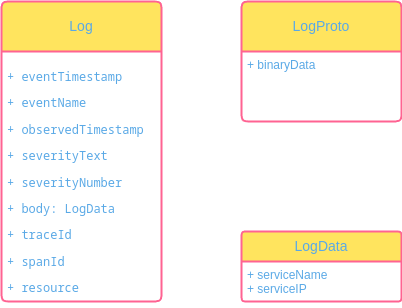
The draw.io diagram general/mvps/mvp_v1/diagrs/data_modeling.png in John321Blacksmith/knowledge_base, before a commit. Source tidied: cells renumbered, new cells last; positions are measured from the earlier drawing's top-left corner, leaving out a move shared by most shapes.
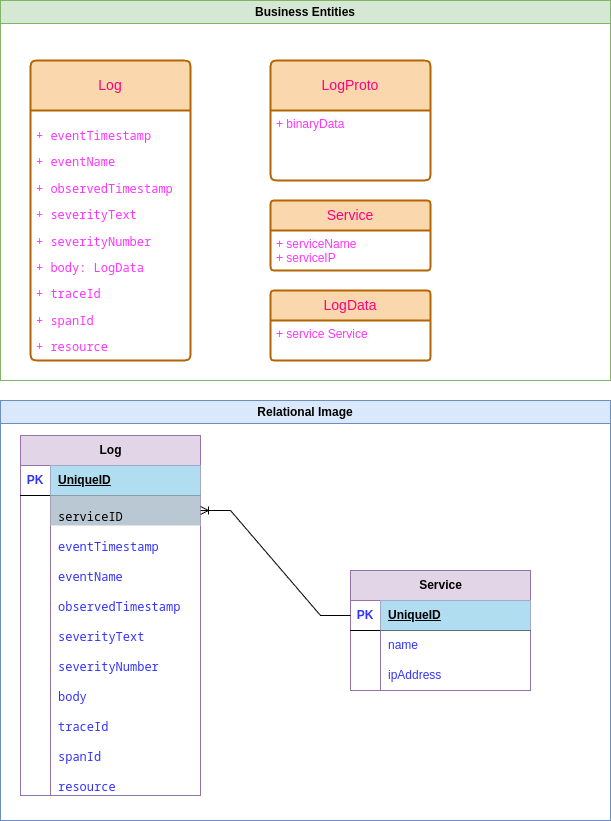
After the change.

Commit message:
feat: data modeling view

The edit, as a diff of the source:
```diff
@@ -2,23 +2,170 @@
   <root>
     <mxCell id="0" />
     <mxCell id="1" parent="0" />
-    <mxCell id="2" value="Log" style="swimlane;horizontal=1;startSize=50;rounded=1;fontSize=14;fontStyle=0;strokeWidth=2;shadow=0;dashed=0;align=center;arcSize=4;whiteSpace=wrap;html=1;labelBackgroundColor=none;fillColor=#FFE45E;strokeColor=#FF6392;fontColor=#5AA9E6;" parent="1" vertex="1">
+    <mxCell id="2" value="Log" style="swimlane;horizontal=1;startSize=50;rounded=1;fontSize=14;fontStyle=0;strokeWidth=2;shadow=0;dashed=0;align=center;arcSize=4;whiteSpace=wrap;html=1;labelBackgroundColor=none;fillColor=#fad7ac;strokeColor=#b46504;fontColor=#FF0080;" parent="1" vertex="1">
       <mxGeometry width="160" height="300" as="geometry" />
     </mxCell>
-    <mxCell id="3" value="&lt;pre&gt;&lt;span class=&quot;pl-ent&quot;&gt;+ eventTimestamp&lt;/span&gt;&lt;/pre&gt;&lt;pre&gt;&lt;span class=&quot;pl-ent&quot;&gt;+ eventName&lt;/span&gt;&lt;/pre&gt;&lt;pre&gt;&lt;span class=&quot;pl-ent&quot;&gt;+ observedTimestamp&lt;/span&gt;&lt;/pre&gt;&lt;pre&gt;&lt;span class=&quot;pl-ent&quot;&gt;+ severityText&lt;/span&gt;&lt;/pre&gt;&lt;pre&gt;&lt;span class=&quot;pl-ent&quot;&gt;+ severityNumber&lt;/span&gt;&lt;/pre&gt;&lt;pre&gt;&lt;span class=&quot;pl-ent&quot;&gt;+ body: LogData&lt;/span&gt;&lt;/pre&gt;&lt;pre&gt;&lt;span class=&quot;pl-ent&quot;&gt;+ traceId&lt;/span&gt;&lt;/pre&gt;&lt;pre&gt;&lt;span class=&quot;pl-ent&quot;&gt;+ spanId&lt;/span&gt;&lt;/pre&gt;&lt;pre&gt;&lt;span class=&quot;pl-ent&quot;&gt;+ resource&lt;/span&gt;&lt;/pre&gt;" style="align=left;strokeColor=none;fillColor=none;spacingLeft=4;spacingRight=4;fontSize=12;verticalAlign=top;html=1;whiteSpace=wrap;labelBackgroundColor=none;fontColor=#5AA9E6;" parent="2" vertex="1">
+    <mxCell id="3" value="&lt;pre&gt;&lt;span class=&quot;pl-ent&quot;&gt;&lt;font style=&quot;color: rgb(255, 51, 255);&quot;&gt;+ eventTimestamp&lt;/font&gt;&lt;/span&gt;&lt;/pre&gt;&lt;pre&gt;&lt;span class=&quot;pl-ent&quot;&gt;&lt;font style=&quot;color: rgb(255, 51, 255);&quot;&gt;+ eventName&lt;/font&gt;&lt;/span&gt;&lt;/pre&gt;&lt;pre&gt;&lt;span class=&quot;pl-ent&quot;&gt;&lt;font style=&quot;color: rgb(255, 51, 255);&quot;&gt;+ observedTimestamp&lt;/font&gt;&lt;/span&gt;&lt;/pre&gt;&lt;pre&gt;&lt;span class=&quot;pl-ent&quot;&gt;&lt;font style=&quot;color: rgb(255, 51, 255);&quot;&gt;+ severityText&lt;/font&gt;&lt;/span&gt;&lt;/pre&gt;&lt;pre&gt;&lt;span class=&quot;pl-ent&quot;&gt;&lt;font style=&quot;color: rgb(255, 51, 255);&quot;&gt;+ severityNumber&lt;/font&gt;&lt;/span&gt;&lt;/pre&gt;&lt;pre&gt;&lt;span class=&quot;pl-ent&quot;&gt;&lt;font style=&quot;color: rgb(255, 51, 255);&quot;&gt;+ body: LogData&lt;/font&gt;&lt;/span&gt;&lt;/pre&gt;&lt;pre&gt;&lt;span class=&quot;pl-ent&quot;&gt;&lt;font style=&quot;color: rgb(255, 51, 255);&quot;&gt;+ traceId&lt;/font&gt;&lt;/span&gt;&lt;/pre&gt;&lt;pre&gt;&lt;span class=&quot;pl-ent&quot;&gt;&lt;font style=&quot;color: rgb(255, 51, 255);&quot;&gt;+ spanId&lt;/font&gt;&lt;/span&gt;&lt;/pre&gt;&lt;pre&gt;&lt;span class=&quot;pl-ent&quot;&gt;&lt;font style=&quot;color: rgb(255, 51, 255);&quot;&gt;+ resource&lt;/font&gt;&lt;/span&gt;&lt;/pre&gt;" style="align=left;strokeColor=none;fillColor=none;spacingLeft=4;spacingRight=4;fontSize=12;verticalAlign=top;html=1;whiteSpace=wrap;labelBackgroundColor=none;" parent="2" vertex="1">
       <mxGeometry y="50" width="160" height="250" as="geometry" />
     </mxCell>
-    <mxCell id="4" value="LogProto" style="swimlane;horizontal=1;startSize=50;rounded=1;fontSize=14;fontStyle=0;strokeWidth=2;shadow=0;dashed=0;align=center;arcSize=4;whiteSpace=wrap;html=1;labelBackgroundColor=none;fillColor=#FFE45E;strokeColor=#FF6392;fontColor=#5AA9E6;" parent="1" vertex="1">
+    <mxCell id="4" value="LogProto" style="swimlane;horizontal=1;startSize=50;rounded=1;fontSize=14;fontStyle=0;strokeWidth=2;shadow=0;dashed=0;align=center;arcSize=4;whiteSpace=wrap;html=1;labelBackgroundColor=none;fillColor=#fad7ac;strokeColor=#b46504;fontColor=#FF0080;" parent="1" vertex="1">
       <mxGeometry x="240" width="160" height="120" as="geometry" />
     </mxCell>
-    <mxCell id="5" value="+ binaryData" style="align=left;strokeColor=none;fillColor=none;spacingLeft=4;spacingRight=4;fontSize=12;verticalAlign=top;html=1;whiteSpace=wrap;labelBackgroundColor=none;fontColor=#5AA9E6;" parent="4" vertex="1">
+    <mxCell id="5" value="&lt;font style=&quot;color: rgb(255, 51, 255);&quot;&gt;+ binaryData&lt;/font&gt;" style="align=left;strokeColor=none;fillColor=none;spacingLeft=4;spacingRight=4;fontSize=12;verticalAlign=top;html=1;whiteSpace=wrap;labelBackgroundColor=none;" parent="4" vertex="1">
       <mxGeometry y="50" width="160" height="70" as="geometry" />
     </mxCell>
-    <mxCell id="6" value="LogData" style="swimlane;horizontal=1;startSize=30;rounded=1;fontSize=14;fontStyle=0;strokeWidth=2;shadow=0;dashed=0;align=center;arcSize=4;whiteSpace=wrap;html=1;labelBackgroundColor=none;fillColor=#FFE45E;strokeColor=#FF6392;fontColor=#5AA9E6;" parent="1" vertex="1">
+    <mxCell id="6" value="LogData" style="swimlane;horizontal=1;startSize=30;rounded=1;fontSize=14;fontStyle=0;strokeWidth=2;shadow=0;dashed=0;align=center;arcSize=4;whiteSpace=wrap;html=1;labelBackgroundColor=none;fillColor=#fad7ac;strokeColor=#b46504;fontColor=#FF0080;" parent="1" vertex="1">
       <mxGeometry x="240" y="230" width="160" height="70" as="geometry" />
     </mxCell>
-    <mxCell id="7" value="+ serviceName&lt;div&gt;+ serviceIP&lt;/div&gt;" style="align=left;strokeColor=none;fillColor=none;spacingLeft=4;spacingRight=4;fontSize=12;verticalAlign=top;html=1;whiteSpace=wrap;labelBackgroundColor=none;fontColor=#5AA9E6;" parent="6" vertex="1">
+    <mxCell id="7" value="&lt;font style=&quot;color: rgb(255, 51, 255);&quot;&gt;+ service Service&lt;/font&gt;" style="align=left;strokeColor=none;fillColor=none;spacingLeft=4;spacingRight=4;fontSize=12;verticalAlign=top;html=1;whiteSpace=wrap;labelBackgroundColor=none;" parent="6" vertex="1">
       <mxGeometry y="30" width="160" height="40" as="geometry" />
     </mxCell>
+    <mxCell id="8" value="Business Entities" style="swimlane;whiteSpace=wrap;html=1;fillColor=#d5e8d4;strokeColor=#82b366;" parent="1" vertex="1">
+      <mxGeometry x="-30" y="-60" width="610" height="380" as="geometry" />
+    </mxCell>
+    <mxCell id="9" value="Service" style="swimlane;horizontal=1;startSize=30;rounded=1;fontSize=14;fontStyle=0;strokeWidth=2;shadow=0;dashed=0;align=center;arcSize=4;whiteSpace=wrap;html=1;labelBackgroundColor=none;fillColor=#fad7ac;strokeColor=#b46504;fontColor=#FF0080;" parent="8" vertex="1">
+      <mxGeometry x="270" y="200" width="160" height="70" as="geometry" />
+    </mxCell>
+    <mxCell id="10" value="&lt;font style=&quot;color: rgb(255, 51, 255);&quot;&gt;+ serviceName&lt;/font&gt;&lt;div&gt;&lt;font style=&quot;color: rgb(255, 51, 255);&quot;&gt;+ serviceIP&lt;/font&gt;&lt;/div&gt;" style="align=left;strokeColor=none;fillColor=none;spacingLeft=4;spacingRight=4;fontSize=12;verticalAlign=top;html=1;whiteSpace=wrap;labelBackgroundColor=none;" parent="9" vertex="1">
+      <mxGeometry y="30" width="160" height="40" as="geometry" />
+    </mxCell>
+    <mxCell id="11" value="Relational Image" style="swimlane;whiteSpace=wrap;html=1;fillColor=#dae8fc;strokeColor=#6c8ebf;" parent="1" vertex="1">
+      <mxGeometry x="-30" y="340" width="610" height="420" as="geometry" />
+    </mxCell>
+    <mxCell id="12" value="Log" style="shape=table;startSize=30;rowLines=0;fontStyle=1;align=center;html=1;labelBackgroundColor=none;fillColor=#e1d5e7;strokeColor=#9673a6;" parent="11" vertex="1">
+      <mxGeometry x="20" y="35" width="180" height="360" as="geometry" />
+    </mxCell>
+    <mxCell id="13" style="shape=tableRow;horizontal=0;startSize=0;swimlaneHead=0;swimlaneBody=0;fillColor=none;top=0;left=0;right=0;bottom=1;labelBackgroundColor=none;fontColor=#3333FF;" parent="12" vertex="1">
+      <mxGeometry y="30" width="180" height="30" as="geometry" />
+    </mxCell>
+    <mxCell id="14" value="PK" style="shape=partialRectangle;fillColor=none;top=0;left=0;bottom=0;right=0;fontStyle=1;overflow=hidden;whiteSpace=wrap;html=1;labelBackgroundColor=none;fontColor=#3333FF;" parent="13" vertex="1">
+      <mxGeometry width="30" height="30" as="geometry" />
+    </mxCell>
+    <mxCell id="15" value="UniqueID" style="shape=partialRectangle;fillColor=#b1ddf0;top=0;left=0;bottom=0;right=0;align=left;spacingLeft=6;fontStyle=5;overflow=hidden;whiteSpace=wrap;html=1;labelBackgroundColor=none;strokeColor=#10739e;" parent="13" vertex="1">
+      <mxGeometry x="30" width="150" height="30" as="geometry" />
+    </mxCell>
+    <mxCell id="16" style="shape=tableRow;horizontal=0;startSize=0;swimlaneHead=0;swimlaneBody=0;fillColor=none;points=[[0,0.5],[1,0.5]];portConstraint=eastwest;top=0;left=0;right=0;bottom=0;labelBackgroundColor=none;fontColor=#3333FF;" parent="12" vertex="1">
+      <mxGeometry y="60" width="180" height="30" as="geometry" />
+    </mxCell>
+    <mxCell id="17" style="shape=partialRectangle;fillColor=none;top=0;left=0;bottom=0;right=0;overflow=hidden;whiteSpace=wrap;html=1;labelBackgroundColor=none;fontColor=#3333FF;" parent="16" vertex="1">
+      <mxGeometry width="30" height="30" as="geometry" />
+    </mxCell>
+    <mxCell id="18" value="&lt;pre&gt;&lt;span class=&quot;pl-ent&quot;&gt;serviceID&lt;/span&gt;&lt;/pre&gt;" style="shape=partialRectangle;fillColor=#bac8d3;top=0;left=0;bottom=0;right=0;align=left;spacingLeft=6;overflow=hidden;whiteSpace=wrap;html=1;labelBackgroundColor=none;strokeColor=#23445d;" parent="16" vertex="1">
+      <mxGeometry x="30" width="150" height="30" as="geometry" />
+    </mxCell>
+    <mxCell id="19" style="shape=tableRow;horizontal=0;startSize=0;swimlaneHead=0;swimlaneBody=0;fillColor=none;top=0;left=0;right=0;bottom=0;labelBackgroundColor=none;fontColor=#3333FF;" parent="12" vertex="1">
+      <mxGeometry y="90" width="180" height="30" as="geometry" />
+    </mxCell>
+    <mxCell id="20" style="shape=partialRectangle;fillColor=none;top=0;left=0;bottom=0;right=0;overflow=hidden;whiteSpace=wrap;html=1;labelBackgroundColor=none;fontColor=#3333FF;" parent="19" vertex="1">
+      <mxGeometry width="30" height="30" as="geometry" />
+    </mxCell>
+    <mxCell id="21" value="&lt;pre&gt;&lt;span class=&quot;pl-ent&quot;&gt;eventTimestamp&lt;/span&gt;&lt;/pre&gt;" style="shape=partialRectangle;fillColor=none;top=0;left=0;bottom=0;right=0;align=left;spacingLeft=6;overflow=hidden;whiteSpace=wrap;html=1;labelBackgroundColor=none;fontColor=#3333FF;" parent="19" vertex="1">
+      <mxGeometry x="30" width="150" height="30" as="geometry" />
+    </mxCell>
+    <mxCell id="22" style="shape=tableRow;horizontal=0;startSize=0;swimlaneHead=0;swimlaneBody=0;fillColor=none;top=0;left=0;right=0;bottom=0;labelBackgroundColor=none;fontColor=#3333FF;" parent="12" vertex="1">
+      <mxGeometry y="120" width="180" height="30" as="geometry" />
+    </mxCell>
+    <mxCell id="23" style="shape=partialRectangle;fillColor=none;top=0;left=0;bottom=0;right=0;overflow=hidden;whiteSpace=wrap;html=1;labelBackgroundColor=none;fontColor=#3333FF;" parent="22" vertex="1">
+      <mxGeometry width="30" height="30" as="geometry" />
+    </mxCell>
+    <mxCell id="24" value="&lt;pre&gt;&lt;span class=&quot;pl-ent&quot;&gt;eventName&lt;/span&gt;&lt;/pre&gt;" style="shape=partialRectangle;fillColor=none;top=0;left=0;bottom=0;right=0;align=left;spacingLeft=6;overflow=hidden;whiteSpace=wrap;html=1;labelBackgroundColor=none;fontColor=#3333FF;" parent="22" vertex="1">
+      <mxGeometry x="30" width="150" height="30" as="geometry" />
+    </mxCell>
+    <mxCell id="25" style="shape=tableRow;horizontal=0;startSize=0;swimlaneHead=0;swimlaneBody=0;fillColor=none;top=0;left=0;right=0;bottom=0;labelBackgroundColor=none;fontColor=#3333FF;" parent="12" vertex="1">
+      <mxGeometry y="150" width="180" height="30" as="geometry" />
+    </mxCell>
+    <mxCell id="26" style="shape=partialRectangle;fillColor=none;top=0;left=0;bottom=0;right=0;overflow=hidden;whiteSpace=wrap;html=1;labelBackgroundColor=none;fontColor=#3333FF;" parent="25" vertex="1">
+      <mxGeometry width="30" height="30" as="geometry" />
+    </mxCell>
+    <mxCell id="27" value="&lt;pre&gt;&lt;span class=&quot;pl-ent&quot;&gt;observedTimestamp&lt;/span&gt;&lt;/pre&gt;" style="shape=partialRectangle;fillColor=none;top=0;left=0;bottom=0;right=0;align=left;spacingLeft=6;overflow=hidden;whiteSpace=wrap;html=1;labelBackgroundColor=none;fontColor=#3333FF;" parent="25" vertex="1">
+      <mxGeometry x="30" width="150" height="30" as="geometry" />
+    </mxCell>
+    <mxCell id="28" style="shape=tableRow;horizontal=0;startSize=0;swimlaneHead=0;swimlaneBody=0;fillColor=none;top=0;left=0;right=0;bottom=0;labelBackgroundColor=none;fontColor=#3333FF;" parent="12" vertex="1">
+      <mxGeometry y="180" width="180" height="30" as="geometry" />
+    </mxCell>
+    <mxCell id="29" style="shape=partialRectangle;fillColor=none;top=0;left=0;bottom=0;right=0;overflow=hidden;whiteSpace=wrap;html=1;labelBackgroundColor=none;fontColor=#3333FF;" parent="28" vertex="1">
+      <mxGeometry width="30" height="30" as="geometry" />
+    </mxCell>
+    <mxCell id="30" value="&lt;pre&gt;&lt;span class=&quot;pl-ent&quot;&gt;severityText&lt;/span&gt;&lt;/pre&gt;" style="shape=partialRectangle;fillColor=none;top=0;left=0;bottom=0;right=0;align=left;spacingLeft=6;overflow=hidden;whiteSpace=wrap;html=1;labelBackgroundColor=none;fontColor=#3333FF;" parent="28" vertex="1">
+      <mxGeometry x="30" width="150" height="30" as="geometry" />
+    </mxCell>
+    <mxCell id="31" style="shape=tableRow;horizontal=0;startSize=0;swimlaneHead=0;swimlaneBody=0;fillColor=none;top=0;left=0;right=0;bottom=0;labelBackgroundColor=none;fontColor=#3333FF;" parent="12" vertex="1">
+      <mxGeometry y="210" width="180" height="30" as="geometry" />
+    </mxCell>
+    <mxCell id="32" style="shape=partialRectangle;fillColor=none;top=0;left=0;bottom=0;right=0;overflow=hidden;whiteSpace=wrap;html=1;labelBackgroundColor=none;fontColor=#3333FF;" parent="31" vertex="1">
+      <mxGeometry width="30" height="30" as="geometry" />
+    </mxCell>
+    <mxCell id="33" value="&lt;pre&gt;&lt;span class=&quot;pl-ent&quot;&gt;severityNumber&lt;/span&gt;&lt;/pre&gt;" style="shape=partialRectangle;fillColor=none;top=0;left=0;bottom=0;right=0;align=left;spacingLeft=6;overflow=hidden;whiteSpace=wrap;html=1;labelBackgroundColor=none;fontColor=#3333FF;" parent="31" vertex="1">
+      <mxGeometry x="30" width="150" height="30" as="geometry" />
+    </mxCell>
+    <mxCell id="34" style="shape=tableRow;horizontal=0;startSize=0;swimlaneHead=0;swimlaneBody=0;fillColor=none;top=0;left=0;right=0;bottom=0;labelBackgroundColor=none;fontColor=#3333FF;" parent="12" vertex="1">
+      <mxGeometry y="240" width="180" height="30" as="geometry" />
+    </mxCell>
+    <mxCell id="35" style="shape=partialRectangle;fillColor=none;top=0;left=0;bottom=0;right=0;overflow=hidden;whiteSpace=wrap;html=1;labelBackgroundColor=none;fontColor=#3333FF;" parent="34" vertex="1">
+      <mxGeometry width="30" height="30" as="geometry" />
+    </mxCell>
+    <mxCell id="36" value="&lt;pre&gt;&lt;span class=&quot;pl-ent&quot;&gt;body&lt;/span&gt;&lt;/pre&gt;" style="shape=partialRectangle;fillColor=none;top=0;left=0;bottom=0;right=0;align=left;spacingLeft=6;overflow=hidden;whiteSpace=wrap;html=1;labelBackgroundColor=none;fontColor=#3333FF;" parent="34" vertex="1">
+      <mxGeometry x="30" width="150" height="30" as="geometry" />
+    </mxCell>
+    <mxCell id="37" style="shape=tableRow;horizontal=0;startSize=0;swimlaneHead=0;swimlaneBody=0;fillColor=none;top=0;left=0;right=0;bottom=0;labelBackgroundColor=none;fontColor=#3333FF;" parent="12" vertex="1">
+      <mxGeometry y="270" width="180" height="30" as="geometry" />
+    </mxCell>
+    <mxCell id="38" style="shape=partialRectangle;fillColor=none;top=0;left=0;bottom=0;right=0;overflow=hidden;whiteSpace=wrap;html=1;labelBackgroundColor=none;fontColor=#3333FF;" parent="37" vertex="1">
+      <mxGeometry width="30" height="30" as="geometry" />
+    </mxCell>
+    <mxCell id="39" value="&lt;pre&gt;&lt;span class=&quot;pl-ent&quot;&gt;traceId&lt;/span&gt;&lt;/pre&gt;" style="shape=partialRectangle;fillColor=none;top=0;left=0;bottom=0;right=0;align=left;spacingLeft=6;overflow=hidden;whiteSpace=wrap;html=1;labelBackgroundColor=none;fontColor=#3333FF;" parent="37" vertex="1">
+      <mxGeometry x="30" width="150" height="30" as="geometry" />
+    </mxCell>
+    <mxCell id="40" style="shape=tableRow;horizontal=0;startSize=0;swimlaneHead=0;swimlaneBody=0;fillColor=none;top=0;left=0;right=0;bottom=0;labelBackgroundColor=none;fontColor=#3333FF;" parent="12" vertex="1">
+      <mxGeometry y="300" width="180" height="30" as="geometry" />
+    </mxCell>
+    <mxCell id="41" style="shape=partialRectangle;fillColor=none;top=0;left=0;bottom=0;right=0;overflow=hidden;whiteSpace=wrap;html=1;labelBackgroundColor=none;fontColor=#3333FF;" parent="40" vertex="1">
+      <mxGeometry width="30" height="30" as="geometry" />
+    </mxCell>
+    <mxCell id="42" value="&lt;pre&gt;&lt;span class=&quot;pl-ent&quot;&gt;spanId&lt;/span&gt;&lt;/pre&gt;" style="shape=partialRectangle;fillColor=none;top=0;left=0;bottom=0;right=0;align=left;spacingLeft=6;overflow=hidden;whiteSpace=wrap;html=1;labelBackgroundColor=none;fontColor=#3333FF;" parent="40" vertex="1">
+      <mxGeometry x="30" width="150" height="30" as="geometry" />
+    </mxCell>
+    <mxCell id="43" style="shape=tableRow;horizontal=0;startSize=0;swimlaneHead=0;swimlaneBody=0;fillColor=none;top=0;left=0;right=0;bottom=0;labelBackgroundColor=none;fontColor=#3333FF;" parent="12" vertex="1">
+      <mxGeometry y="330" width="180" height="30" as="geometry" />
+    </mxCell>
+    <mxCell id="44" style="shape=partialRectangle;fillColor=none;top=0;left=0;bottom=0;right=0;overflow=hidden;whiteSpace=wrap;html=1;labelBackgroundColor=none;fontColor=#3333FF;" parent="43" vertex="1">
+      <mxGeometry width="30" height="30" as="geometry" />
+    </mxCell>
+    <mxCell id="45" value="&lt;pre&gt;&lt;span class=&quot;pl-ent&quot;&gt;resource&lt;/span&gt;&lt;/pre&gt;" style="shape=partialRectangle;fillColor=none;top=0;left=0;bottom=0;right=0;align=left;spacingLeft=6;overflow=hidden;whiteSpace=wrap;html=1;labelBackgroundColor=none;fontColor=#3333FF;" parent="43" vertex="1">
+      <mxGeometry x="30" width="150" height="30" as="geometry" />
+    </mxCell>
+    <mxCell id="46" value="&lt;font style=&quot;color: rgb(0, 0, 0);&quot;&gt;Service&lt;/font&gt;" style="shape=table;startSize=30;rowLines=0;fontStyle=1;align=center;html=1;fillColor=#e1d5e7;strokeColor=#9673a6;fontColor=#3333FF;" parent="11" vertex="1">
+      <mxGeometry x="350" y="170" width="180" height="120" as="geometry" />
+    </mxCell>
+    <mxCell id="47" style="shape=tableRow;horizontal=0;startSize=0;swimlaneHead=0;swimlaneBody=0;fillColor=none;points=[[0,0.5],[1,0.5]];portConstraint=eastwest;top=0;left=0;right=0;bottom=1;fontColor=#3333FF;" parent="46" vertex="1">
+      <mxGeometry y="30" width="180" height="30" as="geometry" />
+    </mxCell>
+    <mxCell id="48" value="PK" style="shape=partialRectangle;fillColor=none;top=0;left=0;bottom=0;right=0;fontStyle=1;overflow=hidden;whiteSpace=wrap;html=1;fontColor=#3333FF;" parent="47" vertex="1">
+      <mxGeometry width="30" height="30" as="geometry" />
+    </mxCell>
+    <mxCell id="49" value="UniqueID" style="shape=partialRectangle;fillColor=#b1ddf0;top=0;left=0;bottom=0;right=0;align=left;spacingLeft=6;fontStyle=5;overflow=hidden;whiteSpace=wrap;html=1;strokeColor=#10739e;" parent="47" vertex="1">
+      <mxGeometry x="30" width="150" height="30" as="geometry" />
+    </mxCell>
+    <mxCell id="50" style="shape=tableRow;horizontal=0;startSize=0;swimlaneHead=0;swimlaneBody=0;fillColor=none;top=0;left=0;right=0;bottom=0;fontColor=#3333FF;" parent="46" vertex="1">
+      <mxGeometry y="60" width="180" height="30" as="geometry" />
+    </mxCell>
+    <mxCell id="51" style="shape=partialRectangle;fillColor=none;top=0;left=0;bottom=0;right=0;overflow=hidden;whiteSpace=wrap;html=1;fontColor=#3333FF;" parent="50" vertex="1">
+      <mxGeometry width="30" height="30" as="geometry" />
+    </mxCell>
+    <mxCell id="52" value="name" style="shape=partialRectangle;fillColor=none;top=0;left=0;bottom=0;right=0;align=left;spacingLeft=6;overflow=hidden;whiteSpace=wrap;html=1;fontColor=#3333FF;" parent="50" vertex="1">
+      <mxGeometry x="30" width="150" height="30" as="geometry" />
+    </mxCell>
+    <mxCell id="53" style="shape=tableRow;horizontal=0;startSize=0;swimlaneHead=0;swimlaneBody=0;fillColor=none;top=0;left=0;right=0;bottom=0;fontColor=#3333FF;" parent="46" vertex="1">
+      <mxGeometry y="90" width="180" height="30" as="geometry" />
+    </mxCell>
+    <mxCell id="54" style="shape=partialRectangle;fillColor=none;top=0;left=0;bottom=0;right=0;overflow=hidden;whiteSpace=wrap;html=1;fontColor=#3333FF;" parent="53" vertex="1">
+      <mxGeometry width="30" height="30" as="geometry" />
+    </mxCell>
+    <mxCell id="55" value="ipAddress" style="shape=partialRectangle;fillColor=none;top=0;left=0;bottom=0;right=0;align=left;spacingLeft=6;overflow=hidden;whiteSpace=wrap;html=1;fontColor=#3333FF;" parent="53" vertex="1">
+      <mxGeometry x="30" width="150" height="30" as="geometry" />
+    </mxCell>
+    <mxCell id="56" style="edgeStyle=entityRelationEdgeStyle;fontSize=12;html=1;endArrow=ERoneToMany;rounded=0;exitX=0;exitY=0.5;exitDx=0;exitDy=0;entryX=1;entryY=0.5;entryDx=0;entryDy=0;" parent="11" edge="1" source="47" target="16">
+      <mxGeometry relative="1" as="geometry" />
+    </mxCell>
   </root>
 </mxGraphModel>
```
